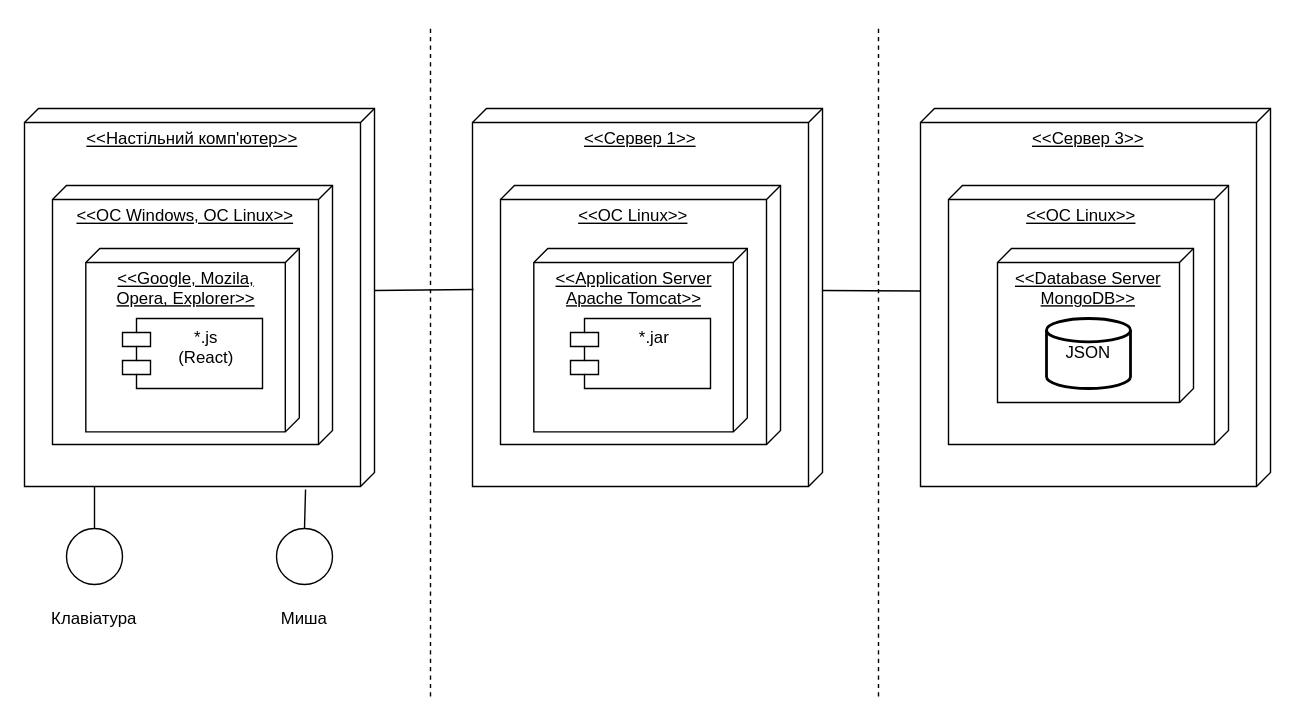
This is 1-SoftwareRequirements/1.5-SoftwareProjectPlanning/1.5.1-SoftwareArchitectConcept/UML_діаграма_розгортання_для_ПП_RWA_типу.drawio from oleksandrblazhko/ai-211-yushenko, a draw.io file, before an edit. Source tidied: cells renumbered, new cells numbered last; positions are measured from the earlier drawing's top-left corner, leaving out a move shared by most shapes. Both pictures are drawn from the tidied source at 140%, with x=0, y=0 at pixel (24, 24).
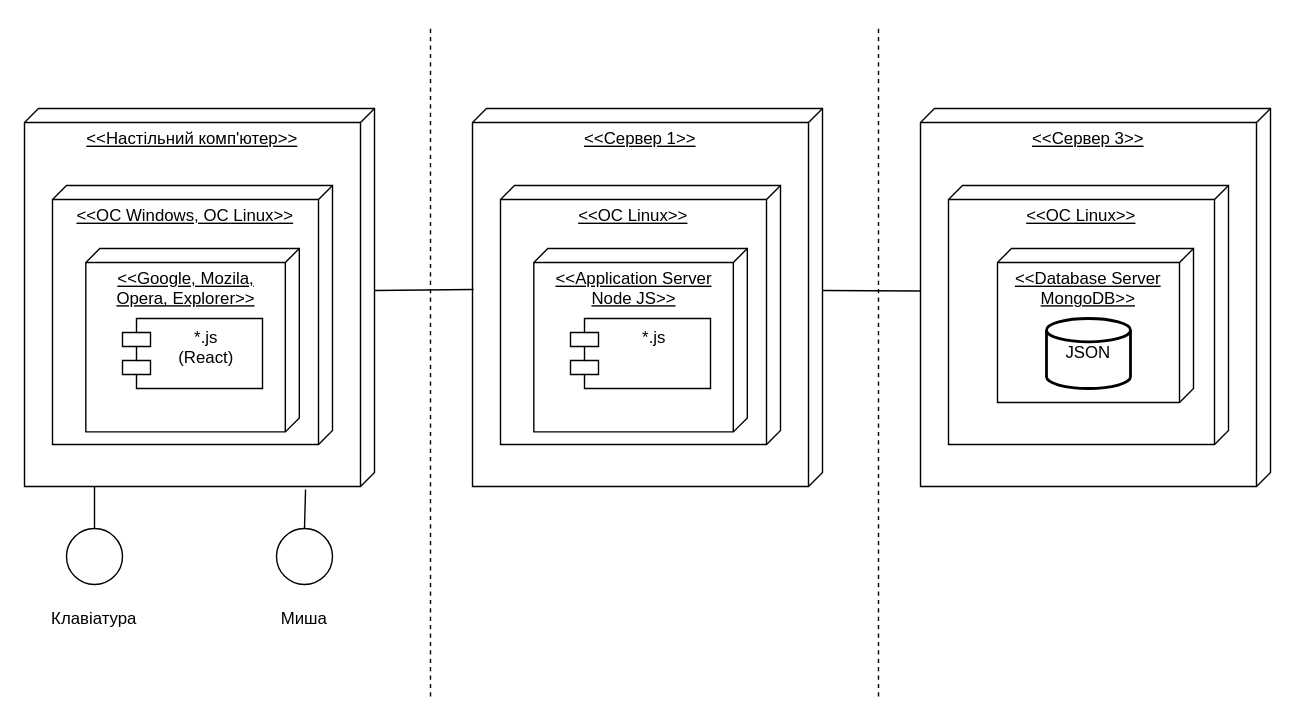
The same diagram, later.

The edit, as a diff of the source:
```diff
@@
-    <mxCell id="8" value="&amp;lt;&amp;lt;Application Server Apache Tomcat&amp;gt;&amp;gt;" style="verticalAlign=top;align=center;spacingTop=8;spacingLeft=2;spacingRight=12;shape=cube;size=10;direction=south;fontStyle=4;html=1;whiteSpace=wrap;" parent="1" vertex="1">
+    <mxCell id="8" value="&amp;lt;&amp;lt;Application Server Node JS&amp;gt;&amp;gt;" style="verticalAlign=top;align=center;spacingTop=8;spacingLeft=2;spacingRight=12;shape=cube;size=10;direction=south;fontStyle=4;html=1;whiteSpace=wrap;" parent="1" vertex="1">
       <mxGeometry x="363.8" y="160" width="152.5" height="131" as="geometry" />
     </mxCell>
-    <mxCell id="9" value="*.jar&lt;br&gt;" style="shape=module;align=left;spacingLeft=20;align=center;verticalAlign=top;whiteSpace=wrap;html=1;" parent="1" vertex="1">
+    <mxCell id="9" value="*.js" style="shape=module;align=left;spacingLeft=20;align=center;verticalAlign=top;whiteSpace=wrap;html=1;" parent="1" vertex="1">
       <mxGeometry x="390" y="210" width="100" height="50" as="geometry" />
     </mxCell>
```
